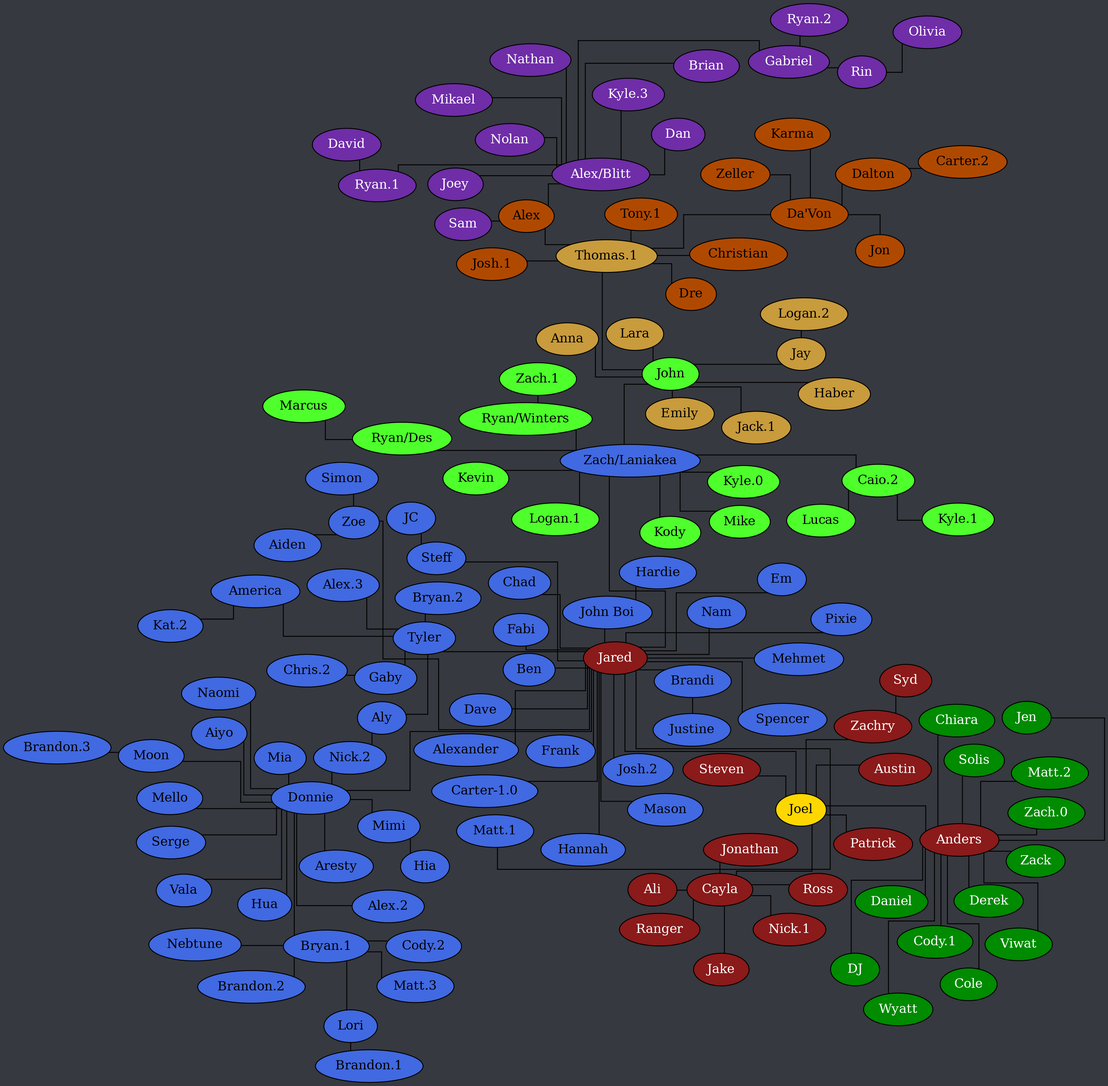
Above: tree.png in Documidas/CoronaCatzFamilyTree (Graphviz), before the change. Its source is kept beside it as tree.dot.
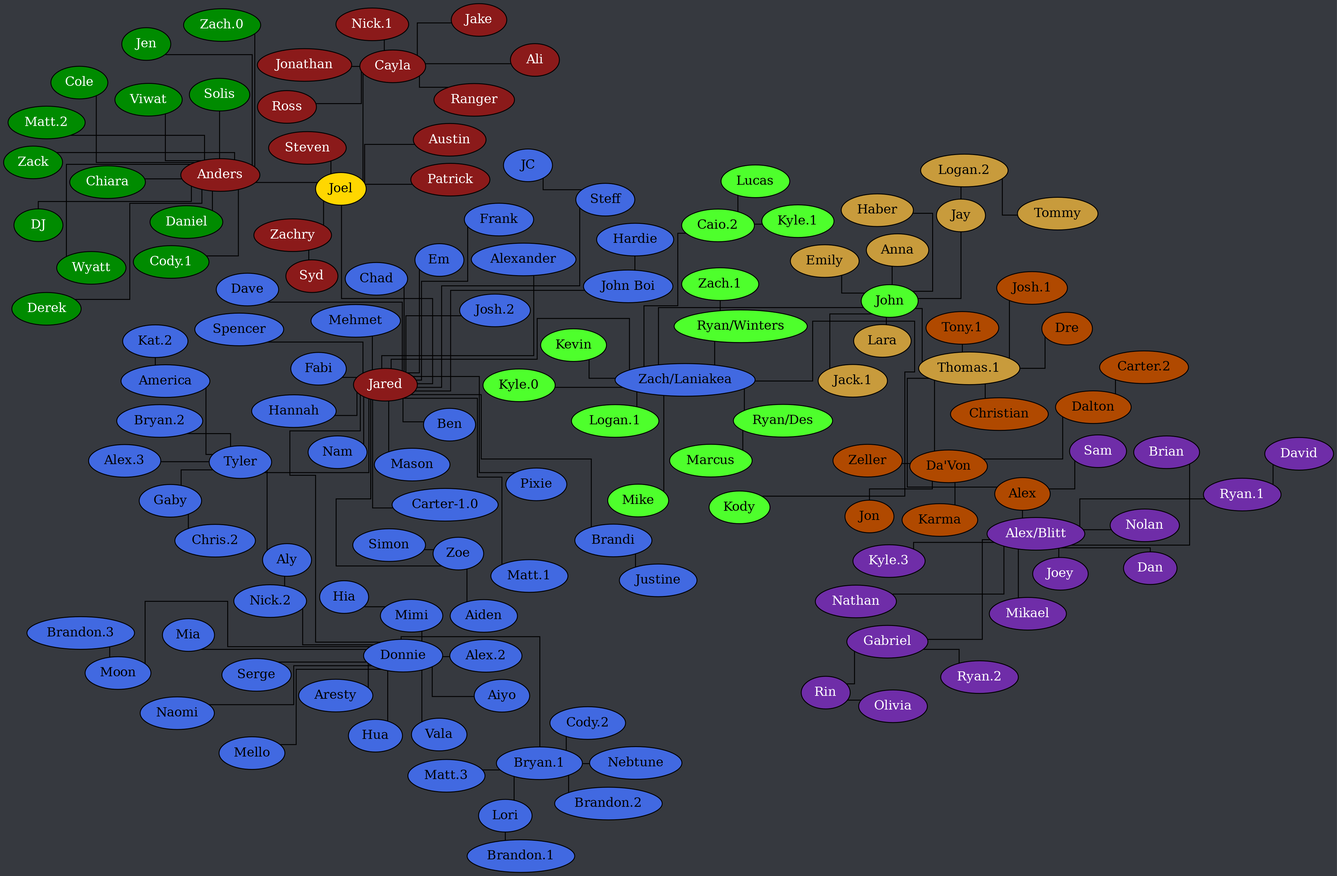
The same file after the commit.

Diff of the diagram source:
```diff
@@ -132,6 +132,7 @@
 	subgraph "John" {
 		node [ style=filled fillcolor="#c89b3c" fontcolor="black" ];
 
+		"Logan.2" -- Tommy;
 		Jay -- "Logan.2";
 		John -- Anna;
 		John -- Emily;
```
